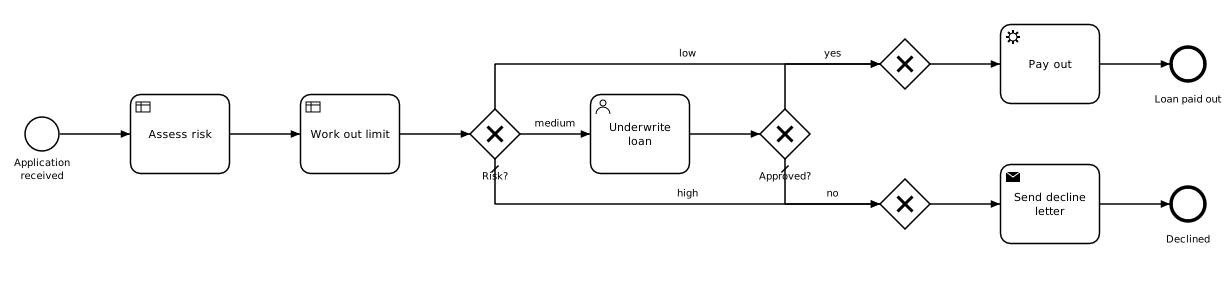
This is docs/examples/loan-application.png from ashalkhakov/WorkflowKit, a BPMN export, as it was before one commit. Its source is kept beside it as Examples/Processes/loan-application/loan-application.bpmn. Ids are renumbered.
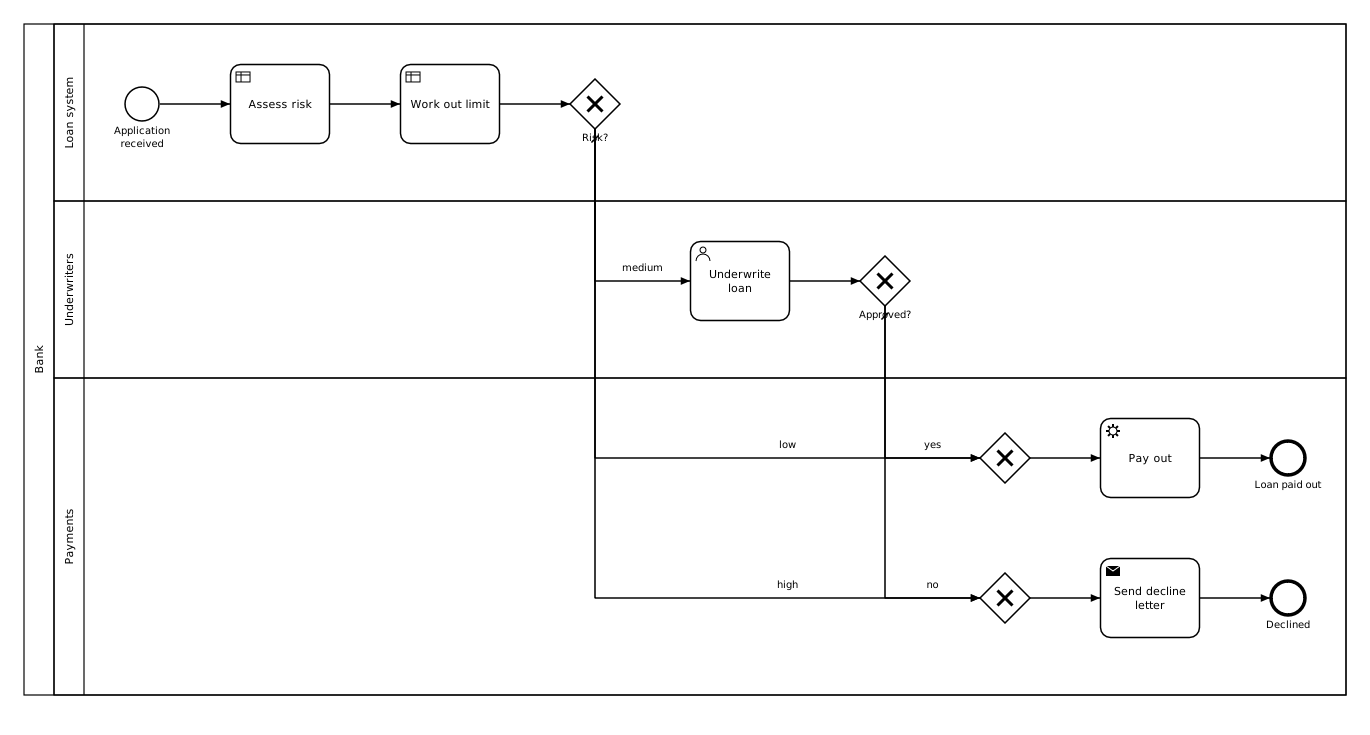
The same file after the commit.

What changed in the source:
```diff
@@ -1,6 +1,29 @@
 <bpmn:definitions xmlns:bpmn="http://www.omg.org/spec/BPMN/20100524/MODEL" xmlns:camunda="http://camunda.org/schema/1.0/bpmn" xmlns:xsi="http://www.w3.org/2001/XMLSchema-instance" xmlns:bpmndi="http://www.omg.org/spec/BPMN/20100524/DI" xmlns:dc="http://www.omg.org/spec/DD/20100524/DC" xmlns:di="http://www.omg.org/spec/DD/20100524/DI" id="loan-application-definitions" targetNamespace="http://example.com/workflowkit">
+  <bpmn:collaboration id="loan-collaboration">
+    <bpmn:participant id="bank" name="Bank" processRef="loan-application"/>
+  </bpmn:collaboration>
   <bpmn:process id="loan-application" name="Loan application" isExecutable="true" camunda:candidateStarterGroups="branch-staff">
     <bpmn:documentation>A loan application is scored by the decisions in risk.dmn: Loan risk, which requires the Applicant score (points for years employed, debts and credit history, added up), and the Loan limit, a literal expression. A low risk within the limit is paid out at once, a medium one goes to an underwriter -- a senior one for a large loan, routed by the workload listener -- and anything else is declined by mail.</bpmn:documentation>
+    <bpmn:laneSet id="loan-application-lanes">
+      <bpmn:lane id="loan-system" name="Loan system">
+        <bpmn:flowNodeRef>applied</bpmn:flowNodeRef>
+        <bpmn:flowNodeRef>assess</bpmn:flowNodeRef>
+        <bpmn:flowNodeRef>limit</bpmn:flowNodeRef>
+        <bpmn:flowNodeRef>byRisk</bpmn:flowNodeRef>
+      </bpmn:lane>
+      <bpmn:lane id="underwriters" name="Underwriters">
+        <bpmn:flowNodeRef>underwrite</bpmn:flowNodeRef>
+        <bpmn:flowNodeRef>byUnderwriter</bpmn:flowNodeRef>
+      </bpmn:lane>
+      <bpmn:lane id="payments" name="Payments">
+        <bpmn:flowNodeRef>payable</bpmn:flowNodeRef>
+        <bpmn:flowNodeRef>payOut</bpmn:flowNodeRef>
+        <bpmn:flowNodeRef>paid</bpmn:flowNodeRef>
+        <bpmn:flowNodeRef>refusable</bpmn:flowNodeRef>
+        <bpmn:flowNodeRef>decline</bpmn:flowNodeRef>
+        <bpmn:flowNodeRef>declined</bpmn:flowNodeRef>
+      </bpmn:lane>
+    </bpmn:laneSet>
     <bpmn:startEvent id="applied" name="Application received">
       <bpmn:extensionElements>
         <camunda:formData businessKey="applicationId">
@@ -143,99 +166,112 @@
     <bpmn:sequenceFlow id="toDeclined" sourceRef="decline" targetRef="declined"/>
   </bpmn:process>
   <bpmndi:BPMNDiagram id="BPMNDiagram_n1">
-    <bpmndi:BPMNPlane xmlns:bpmndi="http://www.omg.org/spec/BPMN/20100524/DI" id="BPMNPlane_n2" bpmnElement="loan-application">
+    <bpmndi:BPMNPlane xmlns:bpmndi="http://www.omg.org/spec/BPMN/20100524/DI" id="BPMNPlane_n2" bpmnElement="loan-collaboration">
       <bpmndi:BPMNShape id="applied_Shape" bpmnElement="applied">
-        <dc:Bounds x="80" y="172" width="36" height="36"/>
+        <dc:Bounds x="80" y="102" width="36" height="36"/>
       </bpmndi:BPMNShape>
       <bpmndi:BPMNShape id="assess_Shape" bpmnElement="assess">
-        <dc:Bounds x="186" y="150" width="100" height="80"/>
+        <dc:Bounds x="186" y="80" width="100" height="80"/>
       </bpmndi:BPMNShape>
       <bpmndi:BPMNShape id="byRisk_Shape" bpmnElement="byRisk">
-        <dc:Bounds x="526" y="165" width="50" height="50"/>
+        <dc:Bounds x="526" y="95" width="50" height="50"/>
       </bpmndi:BPMNShape>
       <bpmndi:BPMNShape id="underwrite_Shape" bpmnElement="underwrite">
-        <dc:Bounds x="646" y="150" width="100" height="80"/>
+        <dc:Bounds x="646" y="257" width="100" height="80"/>
       </bpmndi:BPMNShape>
       <bpmndi:BPMNShape id="byUnderwriter_Shape" bpmnElement="byUnderwriter">
-        <dc:Bounds x="816" y="165" width="50" height="50"/>
+        <dc:Bounds x="816" y="272" width="50" height="50"/>
       </bpmndi:BPMNShape>
       <bpmndi:BPMNShape id="payable_Shape" bpmnElement="payable">
-        <dc:Bounds x="936" y="95" width="50" height="50"/>
+        <dc:Bounds x="936" y="449" width="50" height="50"/>
       </bpmndi:BPMNShape>
       <bpmndi:BPMNShape id="payOut_Shape" bpmnElement="payOut">
-        <dc:Bounds x="1056" y="80" width="100" height="80"/>
+        <dc:Bounds x="1056" y="434" width="100" height="80"/>
       </bpmndi:BPMNShape>
       <bpmndi:BPMNShape id="paid_Shape" bpmnElement="paid">
-        <dc:Bounds x="1226" y="102" width="36" height="36"/>
+        <dc:Bounds x="1226" y="456" width="36" height="36"/>
       </bpmndi:BPMNShape>
       <bpmndi:BPMNShape id="refusable_Shape" bpmnElement="refusable">
-        <dc:Bounds x="936" y="235" width="50" height="50"/>
+        <dc:Bounds x="936" y="589" width="50" height="50"/>
       </bpmndi:BPMNShape>
       <bpmndi:BPMNShape id="decline_Shape" bpmnElement="decline">
-        <dc:Bounds x="1056" y="220" width="100" height="80"/>
+        <dc:Bounds x="1056" y="574" width="100" height="80"/>
       </bpmndi:BPMNShape>
       <bpmndi:BPMNShape id="declined_Shape" bpmnElement="declined">
-        <dc:Bounds x="1226" y="242" width="36" height="36"/>
+        <dc:Bounds x="1226" y="596" width="36" height="36"/>
       </bpmndi:BPMNShape>
       <bpmndi:BPMNEdge id="toAssess_Edge" bpmnElement="toAssess">
-        <di:waypoint x="116" y="190"/>
-        <di:waypoint x="186" y="190"/>
+        <di:waypoint x="116" y="120"/>
+        <di:waypoint x="186" y="120"/>
       </bpmndi:BPMNEdge>
       <bpmndi:BPMNEdge id="toRisk_Edge" bpmnElement="toRisk">
-        <di:waypoint x="456" y="190"/>
-        <di:waypoint x="526" y="190"/>
+        <di:waypoint x="456" y="120"/>
+        <di:waypoint x="526" y="120"/>
       </bpmndi:BPMNEdge>
       <bpmndi:BPMNEdge id="lowRisk_Edge" bpmnElement="lowRisk">
-        <di:waypoint x="551" y="165"/>
-        <di:waypoint x="551" y="120"/>
-        <di:waypoint x="936" y="120"/>
+        <di:waypoint x="551" y="145"/>
+        <di:waypoint x="551" y="474"/>
+        <di:waypoint x="936" y="474"/>
       </bpmndi:BPMNEdge>
       <bpmndi:BPMNEdge id="mediumRisk_Edge" bpmnElement="mediumRisk">
-        <di:waypoint x="576" y="190"/>
-        <di:waypoint x="646" y="190"/>
+        <di:waypoint x="551" y="145"/>
+        <di:waypoint x="551" y="297"/>
+        <di:waypoint x="646" y="297"/>
       </bpmndi:BPMNEdge>
       <bpmndi:BPMNEdge id="highRisk_Edge" bpmnElement="highRisk">
-        <di:waypoint x="551" y="215"/>
-        <di:waypoint x="551" y="260"/>
-        <di:waypoint x="936" y="260"/>
+        <di:waypoint x="551" y="145"/>
+        <di:waypoint x="551" y="614"/>
+        <di:waypoint x="936" y="614"/>
       </bpmndi:BPMNEdge>
       <bpmndi:BPMNEdge id="toDecide_Edge" bpmnElement="toDecide">
-        <di:waypoint x="746" y="190"/>
-        <di:waypoint x="816" y="190"/>
+        <di:waypoint x="746" y="297"/>
+        <di:waypoint x="816" y="297"/>
       </bpmndi:BPMNEdge>
       <bpmndi:BPMNEdge id="approvedFlow_Edge" bpmnElement="approvedFlow">
-        <di:waypoint x="841" y="165"/>
-        <di:waypoint x="841" y="120"/>
-        <di:waypoint x="936" y="120"/>
+        <di:waypoint x="841" y="322"/>
+        <di:waypoint x="841" y="474"/>
+        <di:waypoint x="936" y="474"/>
       </bpmndi:BPMNEdge>
       <bpmndi:BPMNEdge id="refusedFlow_Edge" bpmnElement="refusedFlow">
-        <di:waypoint x="841" y="215"/>
-        <di:waypoint x="841" y="260"/>
-        <di:waypoint x="936" y="260"/>
+        <di:waypoint x="841" y="322"/>
+        <di:waypoint x="841" y="614"/>
+        <di:waypoint x="936" y="614"/>
       </bpmndi:BPMNEdge>
       <bpmndi:BPMNEdge id="toPayOut_Edge" bpmnElement="toPayOut">
-        <di:waypoint x="986" y="120"/>
-        <di:waypoint x="1056" y="120"/>
+        <di:waypoint x="986" y="474"/>
+        <di:waypoint x="1056" y="474"/>
       </bpmndi:BPMNEdge>
       <bpmndi:BPMNEdge id="toPaid_Edge" bpmnElement="toPaid">
-        <di:waypoint x="1156" y="120"/>
-        <di:waypoint x="1226" y="120"/>
+        <di:waypoint x="1156" y="474"/>
+        <di:waypoint x="1226" y="474"/>
       </bpmndi:BPMNEdge>
       <bpmndi:BPMNEdge id="toDecline_Edge" bpmnElement="toDecline">
-        <di:waypoint x="986" y="260"/>
-        <di:waypoint x="1056" y="260"/>
+        <di:waypoint x="986" y="614"/>
+        <di:waypoint x="1056" y="614"/>
       </bpmndi:BPMNEdge>
       <bpmndi:BPMNEdge id="toDeclined_Edge" bpmnElement="toDeclined">
-        <di:waypoint x="1156" y="260"/>
-        <di:waypoint x="1226" y="260"/>
+        <di:waypoint x="1156" y="614"/>
+        <di:waypoint x="1226" y="614"/>
       </bpmndi:BPMNEdge>
       <bpmndi:BPMNShape id="limit_Shape" bpmnElement="limit">
-        <dc:Bounds x="356" y="150" width="100" height="80"/>
+        <dc:Bounds x="356" y="80" width="100" height="80"/>
       </bpmndi:BPMNShape>
       <bpmndi:BPMNEdge id="toLimit_Edge" bpmnElement="toLimit">
-        <di:waypoint x="286" y="190"/>
-        <di:waypoint x="356" y="190"/>
+        <di:waypoint x="286" y="120"/>
+        <di:waypoint x="356" y="120"/>
       </bpmndi:BPMNEdge>
+      <bpmndi:BPMNShape id="payments_Shape" bpmnElement="payments" isHorizontal="true">
+        <dc:Bounds x="10" y="394" width="1292" height="317"/>
+      </bpmndi:BPMNShape>
+      <bpmndi:BPMNShape id="underwriters_Shape" bpmnElement="underwriters" isHorizontal="true">
+        <dc:Bounds x="10" y="217" width="1292" height="177"/>
+      </bpmndi:BPMNShape>
+      <bpmndi:BPMNShape id="loan-system_Shape" bpmnElement="loan-system" isHorizontal="true">
+        <dc:Bounds x="10" y="40" width="1292" height="177"/>
+      </bpmndi:BPMNShape>
+      <bpmndi:BPMNShape id="bank_Shape" bpmnElement="bank" isHorizontal="true">
+        <dc:Bounds x="-20" y="40" width="1322" height="671"/>
+      </bpmndi:BPMNShape>
     </bpmndi:BPMNPlane>
   </bpmndi:BPMNDiagram>
 </bpmn:definitions>
```
